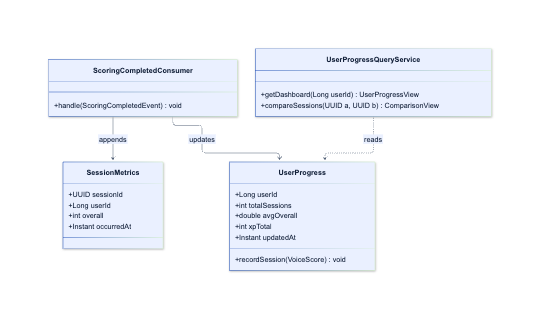
Before: assets/diagrams/tactical/05-progress-adaptation-classes.png, a diagram exported from Mermaid (upc-pre-202620-si728-16365-thropic/talki-project-report). Its source is kept beside it as assets/diagrams/tactical/05-progress-adaptation-classes.mmd. The source it was exported from:
```mermaid
classDiagram
    class UserProgress {
        +Long userId
        +int totalSessions
        +double avgOverall
        +int xpTotal
        +Instant updatedAt
        +recordSession(VoiceScore) void
    }
    class SessionMetrics {
        +UUID sessionId
        +Long userId
        +int overall
        +Instant occurredAt
    }
    class ScoringCompletedConsumer {
        +handle(ScoringCompletedEvent) void
    }
    class UserProgressQueryService {
        +getDashboard(Long userId) UserProgressView
        +compareSessions(UUID a, UUID b) ComparisonView
    }
    ScoringCompletedConsumer --> UserProgress : updates
    ScoringCompletedConsumer --> SessionMetrics : appends
    UserProgressQueryService ..> UserProgress : reads
```
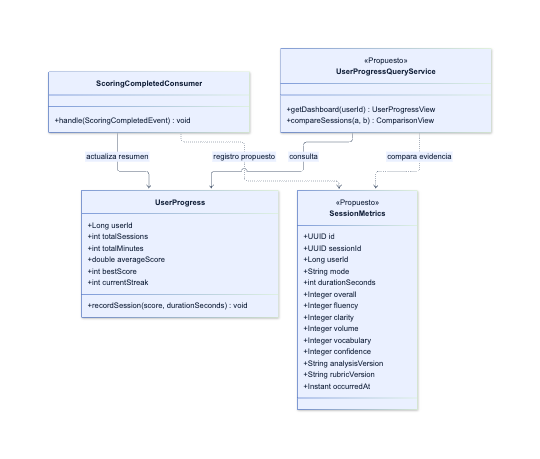
After the commit.

Diff of the diagram source:
```diff
@@ -2,24 +2,38 @@
     class UserProgress {
         +Long userId
         +int totalSessions
-        +double avgOverall
-        +int xpTotal
-        +Instant updatedAt
-        +recordSession(VoiceScore) void
+        +int totalMinutes
+        +double averageScore
+        +int bestScore
+        +int currentStreak
+        +recordSession(score, durationSeconds) void
     }
     class SessionMetrics {
+        <<Propuesto>>
+        +UUID id
         +UUID sessionId
         +Long userId
-        +int overall
+        +String mode
+        +int durationSeconds
+        +Integer overall
+        +Integer fluency
+        +Integer clarity
+        +Integer volume
+        +Integer vocabulary
+        +Integer confidence
+        +String analysisVersion
+        +String rubricVersion
         +Instant occurredAt
     }
     class ScoringCompletedConsumer {
         +handle(ScoringCompletedEvent) void
     }
     class UserProgressQueryService {
-        +getDashboard(Long userId) UserProgressView
-        +compareSessions(UUID a, UUID b) ComparisonView
+        <<Propuesto>>
+        +getDashboard(userId) UserProgressView
+        +compareSessions(a, b) ComparisonView
     }
-    ScoringCompletedConsumer --> UserProgress : updates
-    ScoringCompletedConsumer --> SessionMetrics : appends
-    UserProgressQueryService ..> UserProgress : reads
+    ScoringCompletedConsumer --> UserProgress : actualiza resumen
+    ScoringCompletedConsumer ..> SessionMetrics : registro propuesto
+    UserProgressQueryService ..> UserProgress : consulta
+    UserProgressQueryService ..> SessionMetrics : compara evidencia
```
